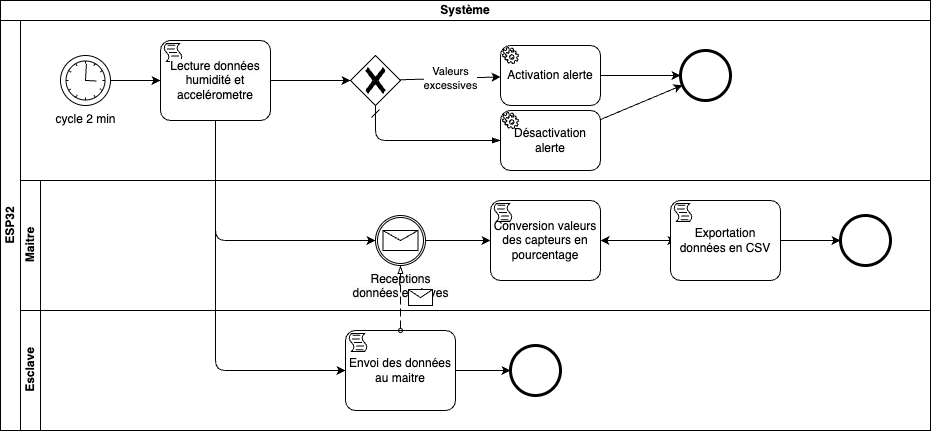
Before: bpmn.png, a diagram exported from draw.io (Nicolas-Delahaie/ynov-hackathon). Source tidied: cells renumbered, new cells last; positions are measured from the earlier drawing's top-left corner, leaving out a move shared by most shapes. The source it was exported from:
```xml
<mxGraphModel>
  <root>
    <mxCell id="0" />
    <mxCell id="1" parent="0" />
    <mxCell id="2" value="Système" style="swimlane;html=1;horizontal=1;startSize=20;whiteSpace=wrap;" parent="1" vertex="1">
      <mxGeometry width="930" height="430" as="geometry" />
    </mxCell>
    <mxCell id="3" value="ESP32" style="swimlane;startSize=20;horizontal=0;html=1;whiteSpace=wrap;" parent="2" vertex="1">
      <mxGeometry y="20" width="930" height="410" as="geometry" />
    </mxCell>
    <mxCell id="4" value="Maitre" style="swimlane;html=1;startSize=20;horizontal=0;" parent="3" vertex="1">
      <mxGeometry x="20" y="160" width="910" height="130" as="geometry" />
    </mxCell>
    <mxCell id="5" style="edgeStyle=none;html=1;" parent="4" edge="1" source="10">
      <mxGeometry relative="1" as="geometry">
        <mxPoint x="656" y="60" as="targetPoint" />
      </mxGeometry>
    </mxCell>
    <mxCell id="6" style="edgeStyle=none;html=1;" parent="4" edge="1" source="9" target="10">
      <mxGeometry relative="1" as="geometry" />
    </mxCell>
    <mxCell id="7" style="points=[[0.145,0.145,0],[0.5,0,0],[0.855,0.145,0],[1,0.5,0],[0.855,0.855,0],[0.5,1,0],[0.145,0.855,0],[0,0.5,0]];shape=mxgraph.bpmn.event;html=1;verticalLabelPosition=bottom;labelBackgroundColor=#ffffff;verticalAlign=top;align=center;perimeter=ellipsePerimeter;outlineConnect=0;outline=end;symbol=terminate2;" parent="4" vertex="1">
      <mxGeometry x="820" y="35" width="50" height="50" as="geometry" />
    </mxCell>
    <mxCell id="8" style="edgeStyle=none;html=1;" parent="4" edge="1" source="12" target="7">
      <mxGeometry relative="1" as="geometry" />
    </mxCell>
    <mxCell id="9" value="&lt;span style=&quot;background-color: rgb(251, 251, 251);&quot;&gt;Receptions &lt;br&gt;données esclaves&lt;/span&gt;" style="points=[[0.145,0.145,0],[0.5,0,0],[0.855,0.145,0],[1,0.5,0],[0.855,0.855,0],[0.5,1,0],[0.145,0.855,0],[0,0.5,0]];shape=mxgraph.bpmn.event;html=1;verticalLabelPosition=bottom;labelBackgroundColor=#ffffff;verticalAlign=top;align=center;perimeter=ellipsePerimeter;outlineConnect=0;outline=catching;symbol=message;" parent="4" vertex="1">
      <mxGeometry x="355" y="35" width="50" height="50" as="geometry" />
    </mxCell>
    <mxCell id="10" value="Conversion valeurs des capteurs en pourcentage" style="points=[[0.25,0,0],[0.5,0,0],[0.75,0,0],[1,0.25,0],[1,0.5,0],[1,0.75,0],[0.75,1,0],[0.5,1,0],[0.25,1,0],[0,0.75,0],[0,0.5,0],[0,0.25,0]];shape=mxgraph.bpmn.task;whiteSpace=wrap;rectStyle=rounded;size=10;html=1;taskMarker=script;" parent="4" vertex="1">
      <mxGeometry x="470" y="20" width="110" height="80" as="geometry" />
    </mxCell>
    <mxCell id="11" style="edgeStyle=none;html=1;" parent="4" edge="1" source="12" target="10">
      <mxGeometry relative="1" as="geometry" />
    </mxCell>
    <mxCell id="12" value="Exportation données en CSV" style="points=[[0.25,0,0],[0.5,0,0],[0.75,0,0],[1,0.25,0],[1,0.5,0],[1,0.75,0],[0.75,1,0],[0.5,1,0],[0.25,1,0],[0,0.75,0],[0,0.5,0],[0,0.25,0]];shape=mxgraph.bpmn.task;whiteSpace=wrap;rectStyle=rounded;size=10;html=1;taskMarker=script;" parent="4" vertex="1">
      <mxGeometry x="650" y="20" width="110" height="80" as="geometry" />
    </mxCell>
    <mxCell id="13" value="Esclave" style="swimlane;html=1;startSize=20;horizontal=0;" parent="3" vertex="1">
      <mxGeometry x="20" y="290" width="910" height="120" as="geometry" />
    </mxCell>
    <mxCell id="14" style="edgeStyle=none;html=1;" parent="13" edge="1" source="16" target="15">
      <mxGeometry relative="1" as="geometry" />
    </mxCell>
    <mxCell id="15" style="points=[[0.145,0.145,0],[0.5,0,0],[0.855,0.145,0],[1,0.5,0],[0.855,0.855,0],[0.5,1,0],[0.145,0.855,0],[0,0.5,0]];shape=mxgraph.bpmn.event;html=1;verticalLabelPosition=bottom;labelBackgroundColor=#ffffff;verticalAlign=top;align=center;perimeter=ellipsePerimeter;outlineConnect=0;outline=end;symbol=terminate2;" parent="13" vertex="1">
      <mxGeometry x="490" y="35" width="50" height="50" as="geometry" />
    </mxCell>
    <mxCell id="16" value="Envoi des données au maitre" style="points=[[0.25,0,0],[0.5,0,0],[0.75,0,0],[1,0.25,0],[1,0.5,0],[1,0.75,0],[0.75,1,0],[0.5,1,0],[0.25,1,0],[0,0.75,0],[0,0.5,0],[0,0.25,0]];shape=mxgraph.bpmn.task;whiteSpace=wrap;rectStyle=rounded;size=10;html=1;taskMarker=script;" parent="13" vertex="1">
      <mxGeometry x="325" y="20" width="110" height="80" as="geometry" />
    </mxCell>
    <mxCell id="17" style="endArrow=blockThin;html=1;labelPosition=left;verticalLabelPosition=middle;align=right;verticalAlign=middle;dashed=1;dashPattern=8 4;endFill=0;startArrow=oval;startFill=0;endSize=6;startSize=4;" parent="3" edge="1" source="16" target="9">
      <mxGeometry relative="1" as="geometry" />
    </mxCell>
    <mxCell id="18" style="shape=message;html=1;labelPosition=left;verticalLabelPosition=middle;align=right;verticalAlign=middle;spacingRight=5;labelBackgroundColor=#ffffff;" parent="17" vertex="1">
      <mxGeometry width="24" height="16" relative="1" as="geometry">
        <mxPoint x="8" y="-8" as="offset" />
      </mxGeometry>
    </mxCell>
    <mxCell id="19" value="cycle 2 min" style="points=[[0.145,0.145,0],[0.5,0,0],[0.855,0.145,0],[1,0.5,0],[0.855,0.855,0],[0.5,1,0],[0.145,0.855,0],[0,0.5,0]];shape=mxgraph.bpmn.event;html=1;verticalLabelPosition=bottom;labelBackgroundColor=#ffffff;verticalAlign=top;align=center;perimeter=ellipsePerimeter;outlineConnect=0;outline=standard;symbol=timer;" parent="3" vertex="1">
      <mxGeometry x="60" y="35" width="50" height="50" as="geometry" />
    </mxCell>
    <mxCell id="20" style="edgeStyle=none;html=1;" parent="3" edge="1" source="19" target="32">
      <mxGeometry relative="1" as="geometry" />
    </mxCell>
    <mxCell id="21" style="edgeStyle=none;html=1;" parent="3" edge="1" source="32" target="24">
      <mxGeometry relative="1" as="geometry" />
    </mxCell>
    <mxCell id="22" style="edgeStyle=none;html=1;" parent="3" edge="1" source="32" target="9">
      <mxGeometry relative="1" as="geometry">
        <Array as="points">
          <mxPoint x="215" y="220" />
        </Array>
      </mxGeometry>
    </mxCell>
    <mxCell id="23" style="edgeStyle=none;html=1;" parent="3" edge="1" source="32" target="16">
      <mxGeometry relative="1" as="geometry">
        <Array as="points">
          <mxPoint x="215" y="350" />
        </Array>
      </mxGeometry>
    </mxCell>
    <mxCell id="24" style="points=[[0.25,0.25,0],[0.5,0,0],[0.75,0.25,0],[1,0.5,0],[0.75,0.75,0],[0.5,1,0],[0.25,0.75,0],[0,0.5,0]];shape=mxgraph.bpmn.gateway2;html=1;verticalLabelPosition=bottom;labelBackgroundColor=#ffffff;verticalAlign=top;align=center;perimeter=rhombusPerimeter;outlineConnect=0;outline=none;symbol=none;gwType=exclusive;" parent="3" vertex="1">
      <mxGeometry x="350" y="35" width="50" height="50" as="geometry" />
    </mxCell>
    <mxCell id="25" style="points=[[0.145,0.145,0],[0.5,0,0],[0.855,0.145,0],[1,0.5,0],[0.855,0.855,0],[0.5,1,0],[0.145,0.855,0],[0,0.5,0]];shape=mxgraph.bpmn.event;html=1;verticalLabelPosition=bottom;labelBackgroundColor=#ffffff;verticalAlign=top;align=center;perimeter=ellipsePerimeter;outlineConnect=0;outline=end;symbol=terminate2;" parent="3" vertex="1">
      <mxGeometry x="680" y="30" width="50" height="50" as="geometry" />
    </mxCell>
    <mxCell id="26" style="edgeStyle=none;html=1;" parent="3" edge="1" source="27" target="25">
      <mxGeometry relative="1" as="geometry" />
    </mxCell>
    <mxCell id="27" value="Activation alerte" style="points=[[0.25,0,0],[0.5,0,0],[0.75,0,0],[1,0.25,0],[1,0.5,0],[1,0.75,0],[0.75,1,0],[0.5,1,0],[0.25,1,0],[0,0.75,0],[0,0.5,0],[0,0.25,0]];shape=mxgraph.bpmn.task;whiteSpace=wrap;rectStyle=rounded;size=10;html=1;taskMarker=service;" parent="3" vertex="1">
      <mxGeometry x="500" y="25" width="100" height="60" as="geometry" />
    </mxCell>
    <mxCell id="28" value="Valeurs &lt;br&gt;excessives" style="edgeStyle=none;html=1;" parent="3" edge="1" source="24" target="27">
      <mxGeometry relative="1" as="geometry" />
    </mxCell>
    <mxCell id="29" style="edgeStyle=elbowEdgeStyle;fontSize=12;html=1;endArrow=blockThin;endFill=1;startArrow=dash;startFill=0;endSize=6;startSize=6;exitX=0.5;exitY=1;exitDx=0;exitDy=0;exitPerimeter=0;entryX=0;entryY=0.5;entryDx=0;entryDy=0;entryPerimeter=0;" parent="3" edge="1" source="24" target="31">
      <mxGeometry relative="1" as="geometry">
        <Array as="points">
          <mxPoint x="375" y="100" />
        </Array>
      </mxGeometry>
    </mxCell>
    <mxCell id="30" style="edgeStyle=none;html=1;" parent="3" edge="1" source="31" target="25">
      <mxGeometry relative="1" as="geometry" />
    </mxCell>
    <mxCell id="31" value="Désactivation alerte" style="points=[[0.25,0,0],[0.5,0,0],[0.75,0,0],[1,0.25,0],[1,0.5,0],[1,0.75,0],[0.75,1,0],[0.5,1,0],[0.25,1,0],[0,0.75,0],[0,0.5,0],[0,0.25,0]];shape=mxgraph.bpmn.task;whiteSpace=wrap;rectStyle=rounded;size=10;html=1;taskMarker=service;" parent="3" vertex="1">
      <mxGeometry x="500" y="90" width="100" height="60" as="geometry" />
    </mxCell>
    <mxCell id="32" value="&lt;meta charset=&quot;utf-8&quot;&gt;&lt;span style=&quot;color: rgb(0, 0, 0); font-family: Helvetica; font-size: 12px; font-style: normal; font-variant-ligatures: normal; font-variant-caps: normal; font-weight: 400; letter-spacing: normal; orphans: 2; text-align: center; text-indent: 0px; text-transform: none; widows: 2; word-spacing: 0px; -webkit-text-stroke-width: 0px; background-color: rgb(251, 251, 251); text-decoration-thickness: initial; text-decoration-style: initial; text-decoration-color: initial; float: none; display: inline !important;&quot;&gt;Lecture données humidité et accelérometre&lt;/span&gt;" style="points=[[0.25,0,0],[0.5,0,0],[0.75,0,0],[1,0.25,0],[1,0.5,0],[1,0.75,0],[0.75,1,0],[0.5,1,0],[0.25,1,0],[0,0.75,0],[0,0.5,0],[0,0.25,0]];shape=mxgraph.bpmn.task;whiteSpace=wrap;rectStyle=rounded;size=10;html=1;taskMarker=script;" parent="3" vertex="1">
      <mxGeometry x="160" y="20" width="110" height="80" as="geometry" />
    </mxCell>
  </root>
</mxGraphModel>
```
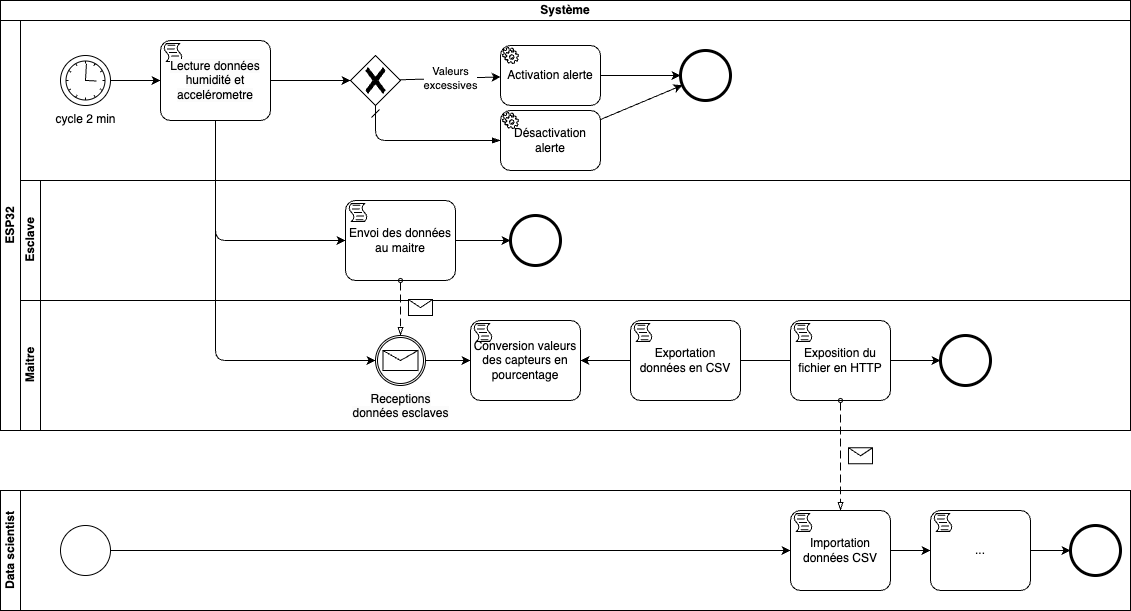
Later version of the same file.

Commit message:
Ajout du HTTP dans l'organigrame

What changed in the source:
```diff
@@ -3,15 +3,15 @@
     <mxCell id="0" />
     <mxCell id="1" parent="0" />
     <mxCell id="2" value="Système" style="swimlane;html=1;horizontal=1;startSize=20;whiteSpace=wrap;" parent="1" vertex="1">
-      <mxGeometry width="930" height="430" as="geometry" />
+      <mxGeometry width="1130" height="430" as="geometry" />
     </mxCell>
     <mxCell id="3" value="ESP32" style="swimlane;startSize=20;horizontal=0;html=1;whiteSpace=wrap;" parent="2" vertex="1">
-      <mxGeometry y="20" width="930" height="410" as="geometry" />
+      <mxGeometry y="20" width="1130" height="410" as="geometry" />
     </mxCell>
     <mxCell id="4" value="Maitre" style="swimlane;html=1;startSize=20;horizontal=0;" parent="3" vertex="1">
-      <mxGeometry x="20" y="160" width="910" height="130" as="geometry" />
+      <mxGeometry x="20" y="280" width="1110" height="130" as="geometry" />
     </mxCell>
-    <mxCell id="5" style="edgeStyle=none;html=1;" parent="4" edge="1" source="10">
+    <mxCell id="5" style="edgeStyle=none;html=1;startArrow=none;" parent="4" edge="1" source="12">
       <mxGeometry relative="1" as="geometry">
         <mxPoint x="656" y="60" as="targetPoint" />
       </mxGeometry>
@@ -20,25 +20,34 @@
       <mxGeometry relative="1" as="geometry" />
     </mxCell>
     <mxCell id="7" style="points=[[0.145,0.145,0],[0.5,0,0],[0.855,0.145,0],[1,0.5,0],[0.855,0.855,0],[0.5,1,0],[0.145,0.855,0],[0,0.5,0]];shape=mxgraph.bpmn.event;html=1;verticalLabelPosition=bottom;labelBackgroundColor=#ffffff;verticalAlign=top;align=center;perimeter=ellipsePerimeter;outlineConnect=0;outline=end;symbol=terminate2;" parent="4" vertex="1">
-      <mxGeometry x="820" y="35" width="50" height="50" as="geometry" />
+      <mxGeometry x="920" y="35" width="50" height="50" as="geometry" />
     </mxCell>
-    <mxCell id="8" style="edgeStyle=none;html=1;" parent="4" edge="1" source="12" target="7">
+    <mxCell id="8" style="edgeStyle=none;html=1;startArrow=none;" parent="4" edge="1" source="33" target="7">
       <mxGeometry relative="1" as="geometry" />
     </mxCell>
     <mxCell id="9" value="&lt;span style=&quot;background-color: rgb(251, 251, 251);&quot;&gt;Receptions &lt;br&gt;données esclaves&lt;/span&gt;" style="points=[[0.145,0.145,0],[0.5,0,0],[0.855,0.145,0],[1,0.5,0],[0.855,0.855,0],[0.5,1,0],[0.145,0.855,0],[0,0.5,0]];shape=mxgraph.bpmn.event;html=1;verticalLabelPosition=bottom;labelBackgroundColor=#ffffff;verticalAlign=top;align=center;perimeter=ellipsePerimeter;outlineConnect=0;outline=catching;symbol=message;" parent="4" vertex="1">
       <mxGeometry x="355" y="35" width="50" height="50" as="geometry" />
     </mxCell>
     <mxCell id="10" value="Conversion valeurs des capteurs en pourcentage" style="points=[[0.25,0,0],[0.5,0,0],[0.75,0,0],[1,0.25,0],[1,0.5,0],[1,0.75,0],[0.75,1,0],[0.5,1,0],[0.25,1,0],[0,0.75,0],[0,0.5,0],[0,0.25,0]];shape=mxgraph.bpmn.task;whiteSpace=wrap;rectStyle=rounded;size=10;html=1;taskMarker=script;" parent="4" vertex="1">
-      <mxGeometry x="470" y="20" width="110" height="80" as="geometry" />
+      <mxGeometry x="450" y="20" width="110" height="80" as="geometry" />
     </mxCell>
     <mxCell id="11" style="edgeStyle=none;html=1;" parent="4" edge="1" source="12" target="10">
       <mxGeometry relative="1" as="geometry" />
     </mxCell>
+    <mxCell id="33" value="Exposition du fichier en HTTP" style="points=[[0.25,0,0],[0.5,0,0],[0.75,0,0],[1,0.25,0],[1,0.5,0],[1,0.75,0],[0.75,1,0],[0.5,1,0],[0.25,1,0],[0,0.75,0],[0,0.5,0],[0,0.25,0]];shape=mxgraph.bpmn.task;whiteSpace=wrap;rectStyle=rounded;size=10;html=1;taskMarker=script;" parent="4" vertex="1">
+      <mxGeometry x="770" y="20" width="100" height="80" as="geometry" />
+    </mxCell>
+    <mxCell id="34" style="edgeStyle=none;html=1;endArrow=none;" parent="4" edge="1" source="12" target="33">
+      <mxGeometry relative="1" as="geometry" />
+    </mxCell>
+    <mxCell id="35" style="edgeStyle=none;html=1;endArrow=none;" parent="4" edge="1" source="10" target="12">
+      <mxGeometry relative="1" as="geometry" />
+    </mxCell>
     <mxCell id="12" value="Exportation données en CSV" style="points=[[0.25,0,0],[0.5,0,0],[0.75,0,0],[1,0.25,0],[1,0.5,0],[1,0.75,0],[0.75,1,0],[0.5,1,0],[0.25,1,0],[0,0.75,0],[0,0.5,0],[0,0.25,0]];shape=mxgraph.bpmn.task;whiteSpace=wrap;rectStyle=rounded;size=10;html=1;taskMarker=script;" parent="4" vertex="1">
-      <mxGeometry x="650" y="20" width="110" height="80" as="geometry" />
+      <mxGeometry x="610" y="20" width="110" height="80" as="geometry" />
     </mxCell>
     <mxCell id="13" value="Esclave" style="swimlane;html=1;startSize=20;horizontal=0;" parent="3" vertex="1">
-      <mxGeometry x="20" y="290" width="910" height="120" as="geometry" />
+      <mxGeometry x="20" y="160" width="1110" height="120" as="geometry" />
     </mxCell>
     <mxCell id="14" style="edgeStyle=none;html=1;" parent="13" edge="1" source="16" target="15">
       <mxGeometry relative="1" as="geometry" />
@@ -69,14 +78,14 @@
     <mxCell id="22" style="edgeStyle=none;html=1;" parent="3" edge="1" source="32" target="9">
       <mxGeometry relative="1" as="geometry">
         <Array as="points">
-          <mxPoint x="215" y="220" />
+          <mxPoint x="215" y="340" />
         </Array>
       </mxGeometry>
     </mxCell>
     <mxCell id="23" style="edgeStyle=none;html=1;" parent="3" edge="1" source="32" target="16">
       <mxGeometry relative="1" as="geometry">
         <Array as="points">
-          <mxPoint x="215" y="350" />
+          <mxPoint x="215" y="220" />
         </Array>
       </mxGeometry>
     </mxCell>
@@ -111,5 +120,37 @@
     <mxCell id="32" value="&lt;meta charset=&quot;utf-8&quot;&gt;&lt;span style=&quot;color: rgb(0, 0, 0); font-family: Helvetica; font-size: 12px; font-style: normal; font-variant-ligatures: normal; font-variant-caps: normal; font-weight: 400; letter-spacing: normal; orphans: 2; text-align: center; text-indent: 0px; text-transform: none; widows: 2; word-spacing: 0px; -webkit-text-stroke-width: 0px; background-color: rgb(251, 251, 251); text-decoration-thickness: initial; text-decoration-style: initial; text-decoration-color: initial; float: none; display: inline !important;&quot;&gt;Lecture données humidité et accelérometre&lt;/span&gt;" style="points=[[0.25,0,0],[0.5,0,0],[0.75,0,0],[1,0.25,0],[1,0.5,0],[1,0.75,0],[0.75,1,0],[0.5,1,0],[0.25,1,0],[0,0.75,0],[0,0.5,0],[0,0.25,0]];shape=mxgraph.bpmn.task;whiteSpace=wrap;rectStyle=rounded;size=10;html=1;taskMarker=script;" parent="3" vertex="1">
       <mxGeometry x="160" y="20" width="110" height="80" as="geometry" />
     </mxCell>
+    <mxCell id="36" value="Data scientist" style="swimlane;startSize=20;horizontal=0;html=1;whiteSpace=wrap;" parent="1" vertex="1">
+      <mxGeometry y="490" width="1130" height="120" as="geometry" />
+    </mxCell>
+    <mxCell id="37" style="edgeStyle=none;html=1;" parent="36" edge="1" source="38" target="40">
+      <mxGeometry relative="1" as="geometry" />
+    </mxCell>
+    <mxCell id="38" style="points=[[0.145,0.145,0],[0.5,0,0],[0.855,0.145,0],[1,0.5,0],[0.855,0.855,0],[0.5,1,0],[0.145,0.855,0],[0,0.5,0]];shape=mxgraph.bpmn.event;html=1;verticalLabelPosition=bottom;labelBackgroundColor=#ffffff;verticalAlign=top;align=center;perimeter=ellipsePerimeter;outlineConnect=0;outline=standard;symbol=general;" parent="36" vertex="1">
+      <mxGeometry x="60" y="35" width="50" height="50" as="geometry" />
+    </mxCell>
+    <mxCell id="39" style="edgeStyle=none;html=1;" parent="36" edge="1" source="40" target="42">
+      <mxGeometry relative="1" as="geometry" />
+    </mxCell>
+    <mxCell id="40" value="Importation données CSV" style="points=[[0.25,0,0],[0.5,0,0],[0.75,0,0],[1,0.25,0],[1,0.5,0],[1,0.75,0],[0.75,1,0],[0.5,1,0],[0.25,1,0],[0,0.75,0],[0,0.5,0],[0,0.25,0]];shape=mxgraph.bpmn.task;whiteSpace=wrap;rectStyle=rounded;size=10;html=1;taskMarker=script;" parent="36" vertex="1">
+      <mxGeometry x="790" y="20" width="100" height="80" as="geometry" />
+    </mxCell>
+    <mxCell id="41" style="edgeStyle=none;html=1;" parent="36" edge="1" source="42" target="43">
+      <mxGeometry relative="1" as="geometry" />
+    </mxCell>
+    <mxCell id="42" value="..." style="points=[[0.25,0,0],[0.5,0,0],[0.75,0,0],[1,0.25,0],[1,0.5,0],[1,0.75,0],[0.75,1,0],[0.5,1,0],[0.25,1,0],[0,0.75,0],[0,0.5,0],[0,0.25,0]];shape=mxgraph.bpmn.task;whiteSpace=wrap;rectStyle=rounded;size=10;html=1;taskMarker=script;" parent="36" vertex="1">
+      <mxGeometry x="930" y="20" width="100" height="80" as="geometry" />
+    </mxCell>
+    <mxCell id="43" style="points=[[0.145,0.145,0],[0.5,0,0],[0.855,0.145,0],[1,0.5,0],[0.855,0.855,0],[0.5,1,0],[0.145,0.855,0],[0,0.5,0]];shape=mxgraph.bpmn.event;html=1;verticalLabelPosition=bottom;labelBackgroundColor=#ffffff;verticalAlign=top;align=center;perimeter=ellipsePerimeter;outlineConnect=0;outline=end;symbol=terminate2;" parent="36" vertex="1">
+      <mxGeometry x="1070" y="35" width="50" height="50" as="geometry" />
+    </mxCell>
+    <mxCell id="44" style="endArrow=blockThin;html=1;labelPosition=left;verticalLabelPosition=middle;align=right;verticalAlign=middle;dashed=1;dashPattern=8 4;endFill=0;startArrow=oval;startFill=0;endSize=6;startSize=4;" parent="1" edge="1" source="33" target="40">
+      <mxGeometry relative="1" as="geometry" />
+    </mxCell>
+    <mxCell id="45" style="shape=message;html=1;labelPosition=left;verticalLabelPosition=middle;align=right;verticalAlign=middle;spacingRight=5;labelBackgroundColor=#ffffff;" parent="44" vertex="1">
+      <mxGeometry width="24" height="16" relative="1" as="geometry">
+        <mxPoint x="8" y="-8" as="offset" />
+      </mxGeometry>
+    </mxCell>
   </root>
 </mxGraphModel>
```
